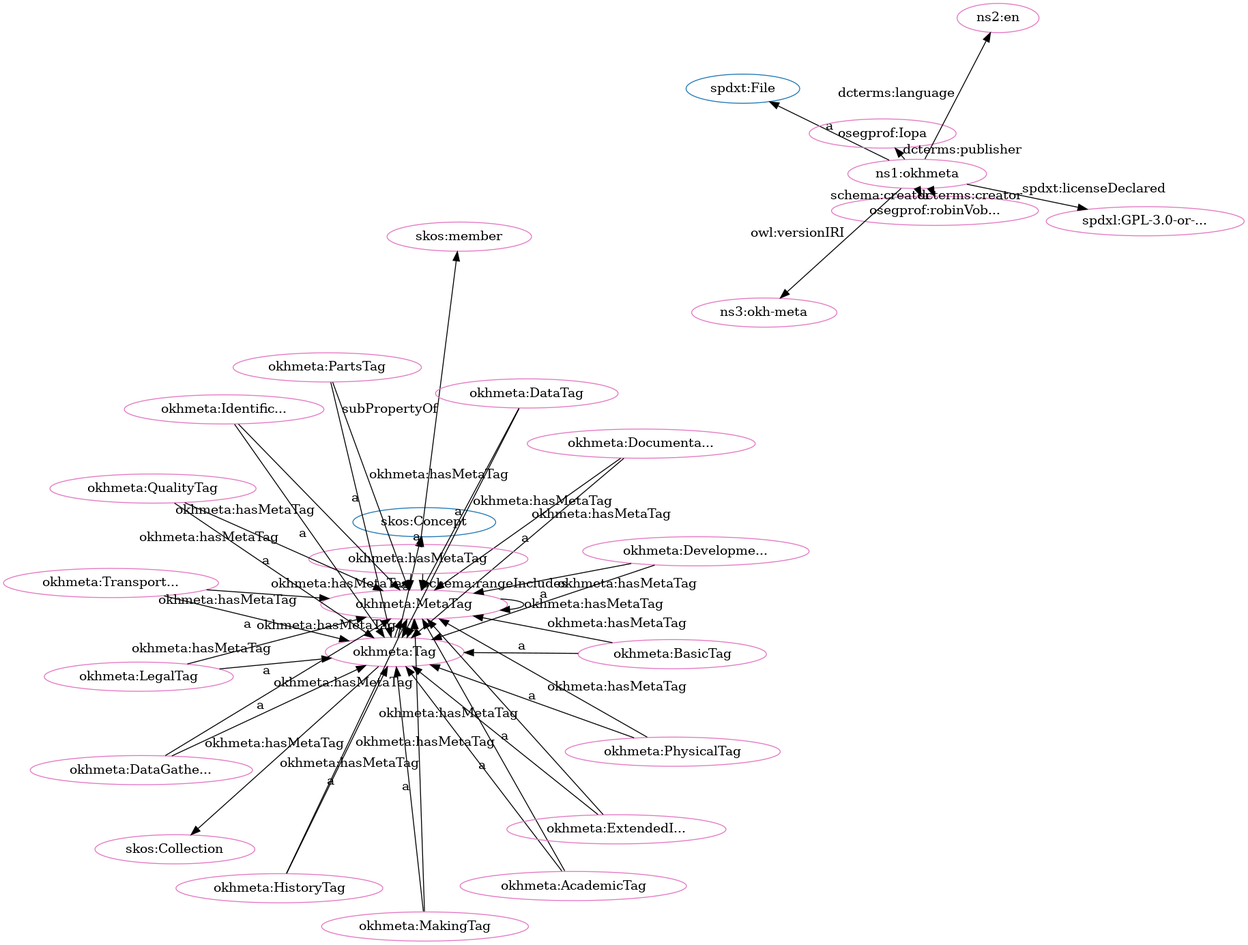
This is src/spec/fdp_okh-meta-clean.png from iop-alliance/OpenKnowHow, a Graphviz export, as it was before one commit. Its source is kept beside it as src/spec/fdp_okh-meta-clean.dot.
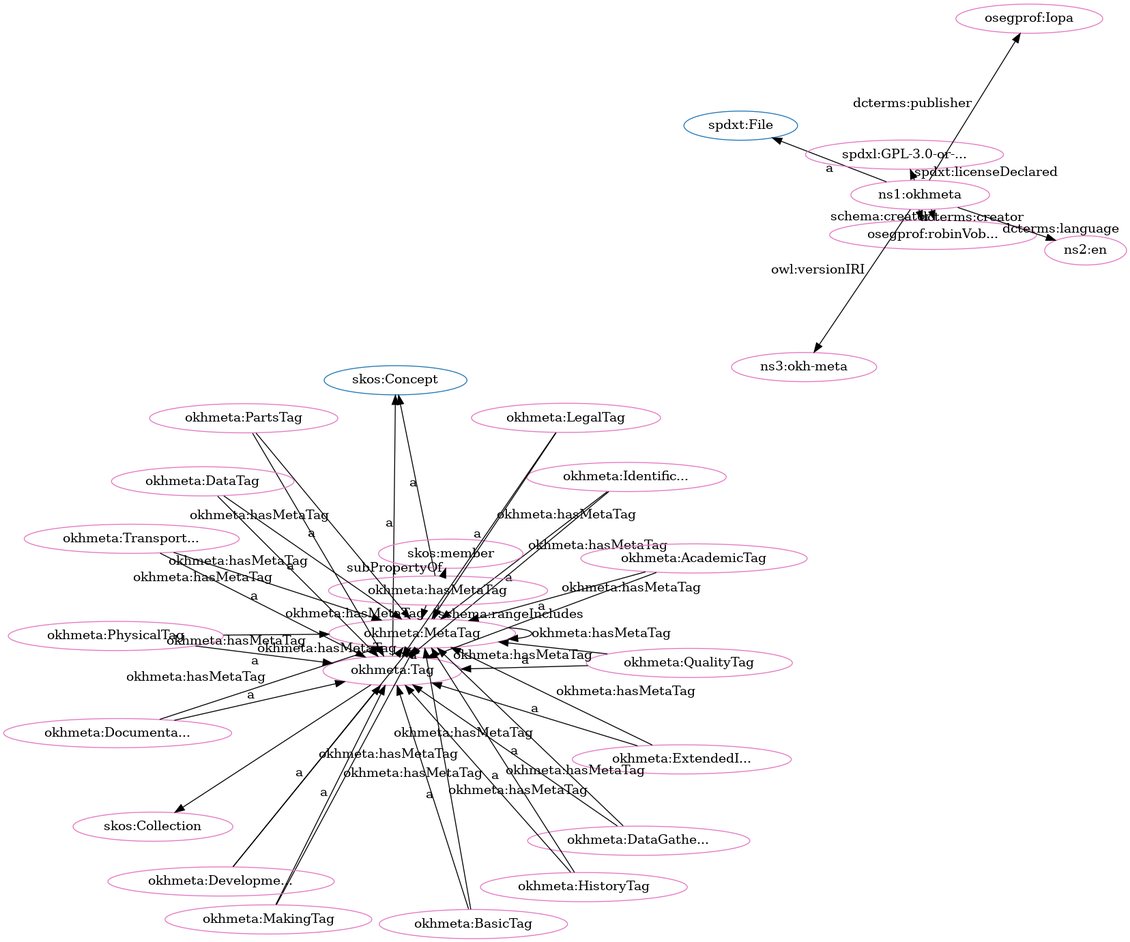
After the change.

The edit, as a diff of the source:
```diff
@@ -1,81 +1,81 @@
 digraph G {
   rankdir=BT
   node[height=.3]
+"http://spdx.org/rdf/terms#File" [fillcolor="#1f77b4" color="#1f77b4" label="spdxt:File"]
+"http://www.w3.org/2004/02/skos/core#Concept" [fillcolor="#1f77b4" color="#1f77b4" label="skos:Concept"]
+"https://w3id.org/oseg/ont/okhmeta#Tag" [fillcolor="#1f77b4" color="#1f77b4" label="okhmeta:Tag"]
 "http://www.w3.org/2004/02/skos/core#Collection" [fillcolor="#1f77b4" color="#1f77b4" label="skos:Collection"]
-"http://www.w3.org/2004/02/skos/core#Concept" [fillcolor="#1f77b4" color="#1f77b4" label="skos:Concept"]
 "https://w3id.org/oseg/ont/okhmeta#MetaTag" [fillcolor="#1f77b4" color="#1f77b4" label="okhmeta:MetaTag"]
-"https://w3id.org/oseg/ont/okhmeta#Tag" [fillcolor="#1f77b4" color="#1f77b4" label="okhmeta:Tag"]
-"http://spdx.org/rdf/terms#File" [fillcolor="#1f77b4" color="#1f77b4" label="spdxt:File"]
-"https://w3id.org/oseg/ont/okhmeta#DocumentationTag" [fillcolor="#e377c2" color="#e377c2" label="okhmeta:Documenta..."]
+"https://w3id.org/oseg/ont/okhmeta#IdentificationTag" [fillcolor="#e377c2" color="#e377c2" label="okhmeta:Identific..."]
+"https://w3id.org/oseg/ont/okhmeta#hasMetaTag" [fillcolor="#e377c2" color="#e377c2" label="okhmeta:hasMetaTag"]
+"https://w3id.org/oseg/ont/okhmeta#PartsTag" [fillcolor="#e377c2" color="#e377c2" label="okhmeta:PartsTag"]
+"https://w3id.org/oseg/ont/okhmeta#MetaTag" [fillcolor="#e377c2" color="#e377c2" label="okhmeta:MetaTag"]
+"https://w3id.org/oseg/ont/okhmeta#LegalTag" [fillcolor="#e377c2" color="#e377c2" label="okhmeta:LegalTag"]
 "https://w3id.org/oseg/ont/oseg-profiles#robinVobruba" [fillcolor="#e377c2" color="#e377c2" label="osegprof:robinVob..."]
-"https://w3id.org/oseg/ont/okhmeta#MetaTag" [fillcolor="#e377c2" color="#e377c2" label="okhmeta:MetaTag"]
-"https://w3id.org/oseg/ont/okhmeta#hasMetaTag" [fillcolor="#e377c2" color="#e377c2" label="okhmeta:hasMetaTag"]
 "https://w3id.org/oseg/ont/okhmeta#Tag" [fillcolor="#e377c2" color="#e377c2" label="okhmeta:Tag"]
-"https://w3id.org/oseg/ont/okhmeta#LegalTag" [fillcolor="#e377c2" color="#e377c2" label="okhmeta:LegalTag"]
+"https://w3id.org/oseg/ont/okhmeta#MakingTag" [fillcolor="#e377c2" color="#e377c2" label="okhmeta:MakingTag"]
+"https://w3id.org/oseg/ont/okhmeta#QualityTag" [fillcolor="#e377c2" color="#e377c2" label="okhmeta:QualityTag"]
+"http://www.w3.org/2004/02/skos/core#Collection" [fillcolor="#e377c2" color="#e377c2" label="skos:Collection"]
+"https://w3id.org/oseg/ont/okhmeta#DataGatheringTag" [fillcolor="#e377c2" color="#e377c2" label="okhmeta:DataGathe..."]
+"https://w3id.org/oseg/ont/okhmeta#DevelopmentTag" [fillcolor="#e377c2" color="#e377c2" label="okhmeta:Developme..."]
 "https://w3id.org/oseg/ont/okhmeta#AcademicTag" [fillcolor="#e377c2" color="#e377c2" label="okhmeta:AcademicTag"]
-"https://w3id.org/oseg/ont/okhmeta#DataGatheringTag" [fillcolor="#e377c2" color="#e377c2" label="okhmeta:DataGathe..."]
-"https://w3id.org/oseg/ont/okhmeta#BasicTag" [fillcolor="#e377c2" color="#e377c2" label="okhmeta:BasicTag"]
-"https://w3id.org/oseg/ont/okhmeta#MakingTag" [fillcolor="#e377c2" color="#e377c2" label="okhmeta:MakingTag"]
-"https://w3id.org/oseg/ont/okhmeta#PartsTag" [fillcolor="#e377c2" color="#e377c2" label="okhmeta:PartsTag"]
+"https://w3id.org/oseg/ont/okhmeta" [fillcolor="#e377c2" color="#e377c2" label="ns1:okhmeta"]
 "https://w3id.org/oseg/ont/okhmeta#DataTag" [fillcolor="#e377c2" color="#e377c2" label="okhmeta:DataTag"]
-"https://w3id.org/oseg/ont/okhmeta" [fillcolor="#e377c2" color="#e377c2" label="ns1:okhmeta"]
-"https://w3id.org/oseg/ont/okhmeta#TransportationTag" [fillcolor="#e377c2" color="#e377c2" label="okhmeta:Transport..."]
-"https://w3id.org/oseg/ont/oseg-profiles#Iopa" [fillcolor="#e377c2" color="#e377c2" label="osegprof:Iopa"]
 "http://www.w3.org/2004/02/skos/core#member" [fillcolor="#e377c2" color="#e377c2" label="skos:member"]
 "https://spdx.org/licenses/GPL-3.0-or-later" [fillcolor="#e377c2" color="#e377c2" label="spdxl:GPL-3.0-or-..."]
+"http://id.loc.gov/vocabulary/iso639-1/en" [fillcolor="#e377c2" color="#e377c2" label="ns2:en"]
+"https://w3id.org/oseg/ont/oseg-profiles#Iopa" [fillcolor="#e377c2" color="#e377c2" label="osegprof:Iopa"]
+"https://w3id.org/oseg/ont/okhmeta#ExtendedInfoTag" [fillcolor="#e377c2" color="#e377c2" label="okhmeta:ExtendedI..."]
+"https://w3id.org/oseg/ont/okhmeta#BasicTag" [fillcolor="#e377c2" color="#e377c2" label="okhmeta:BasicTag"]
+"https://w3id.org/oseg/ont/okhmeta#DocumentationTag" [fillcolor="#e377c2" color="#e377c2" label="okhmeta:Documenta..."]
+"https://w3id.org/oseg/ont/1.1.0/okh-meta" [fillcolor="#e377c2" color="#e377c2" label="ns3:okh-meta"]
 "https://w3id.org/oseg/ont/okhmeta#PhysicalTag" [fillcolor="#e377c2" color="#e377c2" label="okhmeta:PhysicalTag"]
-"https://w3id.org/oseg/ont/okhmeta#ExtendedInfoTag" [fillcolor="#e377c2" color="#e377c2" label="okhmeta:ExtendedI..."]
-"https://w3id.org/oseg/ont/okhmeta#QualityTag" [fillcolor="#e377c2" color="#e377c2" label="okhmeta:QualityTag"]
-"http://id.loc.gov/vocabulary/iso639-1/en" [fillcolor="#e377c2" color="#e377c2" label="ns2:en"]
-"https://w3id.org/oseg/ont/1.1.0/okh-meta" [fillcolor="#e377c2" color="#e377c2" label="ns3:okh-meta"]
+"https://w3id.org/oseg/ont/okhmeta#TransportationTag" [fillcolor="#e377c2" color="#e377c2" label="okhmeta:Transport..."]
 "https://w3id.org/oseg/ont/okhmeta#HistoryTag" [fillcolor="#e377c2" color="#e377c2" label="okhmeta:HistoryTag"]
-"https://w3id.org/oseg/ont/okhmeta#IdentificationTag" [fillcolor="#e377c2" color="#e377c2" label="okhmeta:Identific..."]
-"http://www.w3.org/2004/02/skos/core#Collection" [fillcolor="#e377c2" color="#e377c2" label="skos:Collection"]
-"https://w3id.org/oseg/ont/okhmeta#DevelopmentTag" [fillcolor="#e377c2" color="#e377c2" label="okhmeta:Developme..."]
+  "https://w3id.org/oseg/ont/okhmeta#IdentificationTag" -> "https://w3id.org/oseg/ont/okhmeta#Tag" [label="a"]
+  "https://w3id.org/oseg/ont/okhmeta#PartsTag" -> "https://w3id.org/oseg/ont/okhmeta#Tag" [label="a"]
+  "https://w3id.org/oseg/ont/okhmeta#DocumentationTag" -> "https://w3id.org/oseg/ont/okhmeta#MetaTag" [label="okhmeta:hasMetaTag"]
+  "https://w3id.org/oseg/ont/okhmeta" -> "https://w3id.org/oseg/ont/oseg-profiles#robinVobruba" [label="schema:creator"]
+  "https://w3id.org/oseg/ont/okhmeta#PhysicalTag" -> "https://w3id.org/oseg/ont/okhmeta#MetaTag" [label="okhmeta:hasMetaTag"]
+  "https://w3id.org/oseg/ont/okhmeta#Tag" -> "http://www.w3.org/2004/02/skos/core#Concept" [label="a"]
+  "https://w3id.org/oseg/ont/okhmeta#MakingTag" -> "https://w3id.org/oseg/ont/okhmeta#Tag" [label="a"]
+  "https://w3id.org/oseg/ont/okhmeta#AcademicTag" -> "https://w3id.org/oseg/ont/okhmeta#MetaTag" [label="okhmeta:hasMetaTag"]
+  "https://w3id.org/oseg/ont/okhmeta#DataGatheringTag" -> "https://w3id.org/oseg/ont/okhmeta#Tag" [label="a"]
+  "https://w3id.org/oseg/ont/okhmeta#AcademicTag" -> "https://w3id.org/oseg/ont/okhmeta#Tag" [label="a"]
+  "https://w3id.org/oseg/ont/okhmeta#LegalTag" -> "https://w3id.org/oseg/ont/okhmeta#MetaTag" [label="okhmeta:hasMetaTag"]
+  "https://w3id.org/oseg/ont/okhmeta" -> "http://spdx.org/rdf/terms#File" [label="a"]
+  "https://w3id.org/oseg/ont/okhmeta#BasicTag" -> "https://w3id.org/oseg/ont/okhmeta#MetaTag" [label="okhmeta:hasMetaTag"]
+  "https://w3id.org/oseg/ont/okhmeta" -> "https://spdx.org/licenses/GPL-3.0-or-later" [label="spdxt:licenseDeclared"]
+  "https://w3id.org/oseg/ont/okhmeta" -> "http://id.loc.gov/vocabulary/iso639-1/en" [label="dcterms:language"]
+  "https://w3id.org/oseg/ont/okhmeta#QualityTag" -> "https://w3id.org/oseg/ont/okhmeta#MetaTag" [label="okhmeta:hasMetaTag"]
   "https://w3id.org/oseg/ont/okhmeta#DocumentationTag" -> "https://w3id.org/oseg/ont/okhmeta#Tag" [label="a"]
-  "https://w3id.org/oseg/ont/okhmeta#BasicTag" -> "https://w3id.org/oseg/ont/okhmeta#MetaTag" [label="okhmeta:hasMetaTag"]
-  "https://w3id.org/oseg/ont/okhmeta#LegalTag" -> "https://w3id.org/oseg/ont/okhmeta#Tag" [label="a"]
-  "https://w3id.org/oseg/ont/okhmeta#AcademicTag" -> "https://w3id.org/oseg/ont/okhmeta#Tag" [label="a"]
-  "https://w3id.org/oseg/ont/okhmeta#DataGatheringTag" -> "https://w3id.org/oseg/ont/okhmeta#Tag" [label="a"]
-  "https://w3id.org/oseg/ont/okhmeta#BasicTag" -> "https://w3id.org/oseg/ont/okhmeta#Tag" [label="a"]
-  "https://w3id.org/oseg/ont/okhmeta#hasMetaTag" -> "https://w3id.org/oseg/ont/okhmeta#MetaTag" [label="schema:rangeIncludes"]
-  "https://w3id.org/oseg/ont/okhmeta#hasMetaTag" -> "https://w3id.org/oseg/ont/okhmeta#MetaTag" [label="okhmeta:hasMetaTag"]
-  "https://w3id.org/oseg/ont/okhmeta#Tag" -> "https://w3id.org/oseg/ont/okhmeta#MetaTag" [label="okhmeta:hasMetaTag"]
-  "https://w3id.org/oseg/ont/okhmeta#TransportationTag" -> "https://w3id.org/oseg/ont/okhmeta#Tag" [label="a"]
-  "https://w3id.org/oseg/ont/okhmeta" -> "https://w3id.org/oseg/ont/oseg-profiles#Iopa" [label="dcterms:publisher"]
-  "https://w3id.org/oseg/ont/okhmeta#PartsTag" -> "https://w3id.org/oseg/ont/okhmeta#MetaTag" [label="okhmeta:hasMetaTag"]
-  "https://w3id.org/oseg/ont/okhmeta#LegalTag" -> "https://w3id.org/oseg/ont/okhmeta#MetaTag" [label="okhmeta:hasMetaTag"]
-  "https://w3id.org/oseg/ont/okhmeta" -> "https://spdx.org/licenses/GPL-3.0-or-later" [label="spdxt:licenseDeclared"]
-  "https://w3id.org/oseg/ont/okhmeta#QualityTag" -> "https://w3id.org/oseg/ont/okhmeta#MetaTag" [label="okhmeta:hasMetaTag"]
-  "https://w3id.org/oseg/ont/okhmeta#QualityTag" -> "https://w3id.org/oseg/ont/okhmeta#Tag" [label="a"]
-  "https://w3id.org/oseg/ont/okhmeta" -> "http://id.loc.gov/vocabulary/iso639-1/en" [label="dcterms:language"]
-  "https://w3id.org/oseg/ont/okhmeta#HistoryTag" -> "https://w3id.org/oseg/ont/okhmeta#MetaTag" [label="okhmeta:hasMetaTag"]
-  "https://w3id.org/oseg/ont/okhmeta#IdentificationTag" -> "https://w3id.org/oseg/ont/okhmeta#MetaTag" [label="okhmeta:hasMetaTag"]
-  "https://w3id.org/oseg/ont/okhmeta#TransportationTag" -> "https://w3id.org/oseg/ont/okhmeta#MetaTag" [label="okhmeta:hasMetaTag"]
-  "https://w3id.org/oseg/ont/okhmeta#HistoryTag" -> "https://w3id.org/oseg/ont/okhmeta#Tag" [label="a"]
-  "https://w3id.org/oseg/ont/okhmeta#IdentificationTag" -> "https://w3id.org/oseg/ont/okhmeta#Tag" [label="a"]
-  "https://w3id.org/oseg/ont/okhmeta#AcademicTag" -> "https://w3id.org/oseg/ont/okhmeta#MetaTag" [label="okhmeta:hasMetaTag"]
-  "https://w3id.org/oseg/ont/okhmeta" -> "https://w3id.org/oseg/ont/oseg-profiles#robinVobruba" [label="schema:creator"]
+  "https://w3id.org/oseg/ont/okhmeta#PhysicalTag" -> "https://w3id.org/oseg/ont/okhmeta#Tag" [label="a"]
+  "https://w3id.org/oseg/ont/okhmeta#DataGatheringTag" -> "https://w3id.org/oseg/ont/okhmeta#MetaTag" [label="okhmeta:hasMetaTag"]
   "https://w3id.org/oseg/ont/okhmeta" -> "https://w3id.org/oseg/ont/oseg-profiles#robinVobruba" [label="dcterms:creator"]
   "https://w3id.org/oseg/ont/okhmeta#hasMetaTag" -> "http://www.w3.org/2004/02/skos/core#Concept" [label="a"]
-  "https://w3id.org/oseg/ont/okhmeta#Tag" -> "http://www.w3.org/2004/02/skos/core#Concept" [label="a"]
+  "https://w3id.org/oseg/ont/okhmeta#Tag" -> "https://w3id.org/oseg/ont/okhmeta#MetaTag" [label="okhmeta:hasMetaTag"]
+  "https://w3id.org/oseg/ont/okhmeta#LegalTag" -> "https://w3id.org/oseg/ont/okhmeta#Tag" [label="a"]
+  "https://w3id.org/oseg/ont/okhmeta#MetaTag" -> "https://w3id.org/oseg/ont/okhmeta#MetaTag" [label="okhmeta:hasMetaTag"]
   "https://w3id.org/oseg/ont/okhmeta#MakingTag" -> "https://w3id.org/oseg/ont/okhmeta#MetaTag" [label="okhmeta:hasMetaTag"]
-  "https://w3id.org/oseg/ont/okhmeta#MetaTag" -> "https://w3id.org/oseg/ont/okhmeta#MetaTag" [label="okhmeta:hasMetaTag"]
-  "https://w3id.org/oseg/ont/okhmeta#MakingTag" -> "https://w3id.org/oseg/ont/okhmeta#Tag" [label="a"]
-  "https://w3id.org/oseg/ont/okhmeta#PartsTag" -> "https://w3id.org/oseg/ont/okhmeta#Tag" [label="a"]
+  "https://w3id.org/oseg/ont/okhmeta#MetaTag" -> "https://w3id.org/oseg/ont/okhmeta#Tag" [label="a"]
+  "https://w3id.org/oseg/ont/okhmeta#hasMetaTag" -> "https://w3id.org/oseg/ont/okhmeta#MetaTag" [label="schema:rangeIncludes"]
+  "https://w3id.org/oseg/ont/okhmeta#IdentificationTag" -> "https://w3id.org/oseg/ont/okhmeta#MetaTag" [label="okhmeta:hasMetaTag"]
+  "https://w3id.org/oseg/ont/okhmeta#QualityTag" -> "https://w3id.org/oseg/ont/okhmeta#Tag" [label="a"]
+  "https://w3id.org/oseg/ont/okhmeta#TransportationTag" -> "https://w3id.org/oseg/ont/okhmeta#MetaTag" [label="okhmeta:hasMetaTag"]
+  "https://w3id.org/oseg/ont/okhmeta#PartsTag" -> "https://w3id.org/oseg/ont/okhmeta#MetaTag" [label="okhmeta:hasMetaTag"]
+  "https://w3id.org/oseg/ont/okhmeta#hasMetaTag" -> "https://w3id.org/oseg/ont/okhmeta#MetaTag" [label="okhmeta:hasMetaTag"]
   "https://w3id.org/oseg/ont/okhmeta#DataTag" -> "https://w3id.org/oseg/ont/okhmeta#MetaTag" [label="okhmeta:hasMetaTag"]
+  "https://w3id.org/oseg/ont/okhmeta#DevelopmentTag" -> "https://w3id.org/oseg/ont/okhmeta#Tag" [label="a"]
+  "https://w3id.org/oseg/ont/okhmeta#DevelopmentTag" -> "https://w3id.org/oseg/ont/okhmeta#MetaTag" [label="okhmeta:hasMetaTag"]
   "https://w3id.org/oseg/ont/okhmeta#DataTag" -> "https://w3id.org/oseg/ont/okhmeta#Tag" [label="a"]
-  "https://w3id.org/oseg/ont/okhmeta#MetaTag" -> "https://w3id.org/oseg/ont/okhmeta#Tag" [label="a"]
-  "https://w3id.org/oseg/ont/okhmeta" -> "http://spdx.org/rdf/terms#File" [label="a"]
-  "https://w3id.org/oseg/ont/okhmeta#PhysicalTag" -> "https://w3id.org/oseg/ont/okhmeta#MetaTag" [label="okhmeta:hasMetaTag"]
+  "https://w3id.org/oseg/ont/okhmeta#ExtendedInfoTag" -> "https://w3id.org/oseg/ont/okhmeta#MetaTag" [label="okhmeta:hasMetaTag"]
   "https://w3id.org/oseg/ont/okhmeta#hasMetaTag" -> "http://www.w3.org/2004/02/skos/core#member" [label="subPropertyOf"]
-  "https://w3id.org/oseg/ont/okhmeta#PhysicalTag" -> "https://w3id.org/oseg/ont/okhmeta#Tag" [label="a"]
-  "https://w3id.org/oseg/ont/okhmeta#ExtendedInfoTag" -> "https://w3id.org/oseg/ont/okhmeta#MetaTag" [label="okhmeta:hasMetaTag"]
+  "https://w3id.org/oseg/ont/okhmeta" -> "https://w3id.org/oseg/ont/oseg-profiles#Iopa" [label="dcterms:publisher"]
   "https://w3id.org/oseg/ont/okhmeta#ExtendedInfoTag" -> "https://w3id.org/oseg/ont/okhmeta#Tag" [label="a"]
+  "https://w3id.org/oseg/ont/okhmeta#BasicTag" -> "https://w3id.org/oseg/ont/okhmeta#Tag" [label="a"]
+  "https://w3id.org/oseg/ont/okhmeta#HistoryTag" -> "https://w3id.org/oseg/ont/okhmeta#MetaTag" [label="okhmeta:hasMetaTag"]
   "https://w3id.org/oseg/ont/okhmeta" -> "https://w3id.org/oseg/ont/1.1.0/okh-meta" [label="owl:versionIRI"]
-  "https://w3id.org/oseg/ont/okhmeta#DevelopmentTag" -> "https://w3id.org/oseg/ont/okhmeta#MetaTag" [label="okhmeta:hasMetaTag"]
+  "https://w3id.org/oseg/ont/okhmeta#TransportationTag" -> "https://w3id.org/oseg/ont/okhmeta#Tag" [label="a"]
+  "https://w3id.org/oseg/ont/okhmeta#HistoryTag" -> "https://w3id.org/oseg/ont/okhmeta#Tag" [label="a"]
   "https://w3id.org/oseg/ont/okhmeta#Tag" -> "http://www.w3.org/2004/02/skos/core#Collection" [label=""]
-  "https://w3id.org/oseg/ont/okhmeta#DevelopmentTag" -> "https://w3id.org/oseg/ont/okhmeta#Tag" [label="a"]
-  "https://w3id.org/oseg/ont/okhmeta#DocumentationTag" -> "https://w3id.org/oseg/ont/okhmeta#MetaTag" [label="okhmeta:hasMetaTag"]
-  "https://w3id.org/oseg/ont/okhmeta#DataGatheringTag" -> "https://w3id.org/oseg/ont/okhmeta#MetaTag" [label="okhmeta:hasMetaTag"]
 }
```
